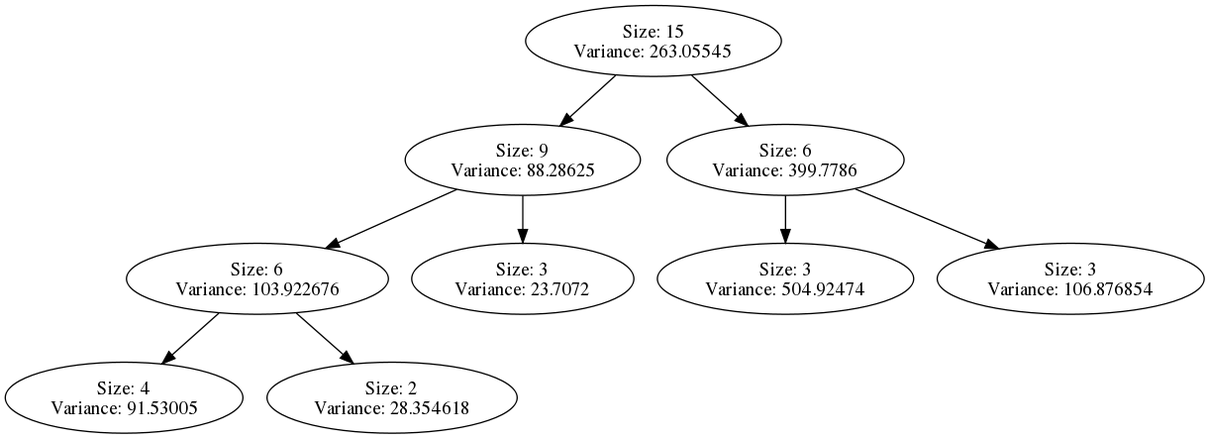
This is src/dot/KEMERER.dot.png from abutcher/compass, a Graphviz export, as it was before one commit. Its source is kept beside it as src/dot/KEMERER.dot.
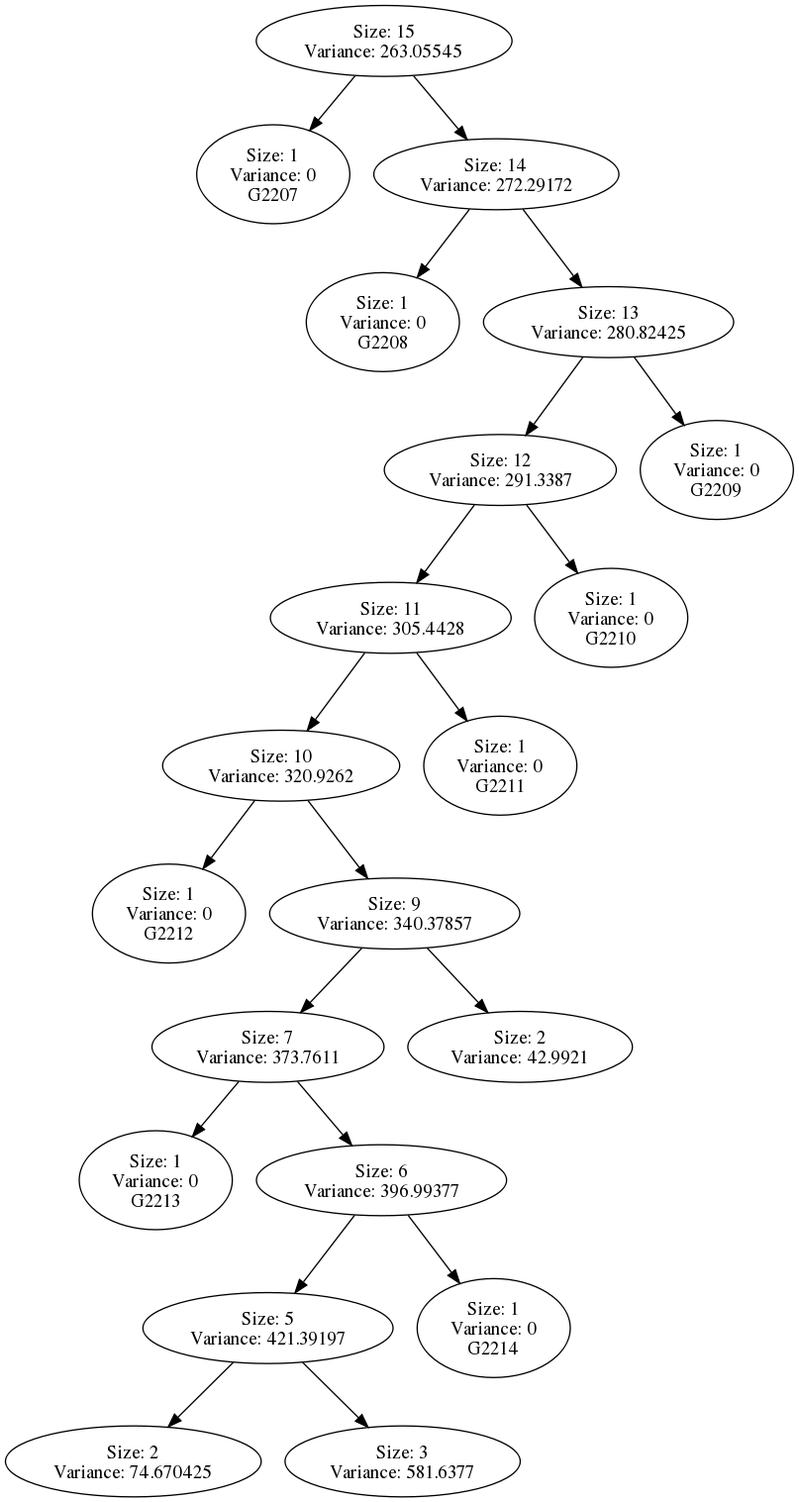
The same diagram one commit later.

Change to the diagram source:
```diff
@@ -1,10 +1,22 @@
 DIGRAPH G {
-"Size: 15\nVariance: 263.05545" -> "Size: 9\nVariance: 88.28625" L=0;
-"Size: 15\nVariance: 263.05545" -> "Size: 6\nVariance: 399.7786" L=0;
-"Size: 9\nVariance: 88.28625" -> "Size: 6\nVariance: 103.922676" L=1;
-"Size: 9\nVariance: 88.28625" -> "Size: 3\nVariance: 23.7072" L=1;
-"Size: 6\nVariance: 103.922676" -> "Size: 4\nVariance: 91.53005" L=2;
-"Size: 6\nVariance: 103.922676" -> "Size: 2\nVariance: 28.354618" L=2;
-"Size: 6\nVariance: 399.7786" -> "Size: 3\nVariance: 504.92474" L=1;
-"Size: 6\nVariance: 399.7786" -> "Size: 3\nVariance: 106.876854" L=1;
+"Size: 15\nVariance: 263.05545" -> "Size: 1\nVariance: 0\nG2207" L=0;
+"Size: 15\nVariance: 263.05545" -> "Size: 14\nVariance: 272.29172" L=0;
+"Size: 14\nVariance: 272.29172" -> "Size: 1\nVariance: 0\nG2208" L=1;
+"Size: 14\nVariance: 272.29172" -> "Size: 13\nVariance: 280.82425" L=1;
+"Size: 13\nVariance: 280.82425" -> "Size: 12\nVariance: 291.3387" L=2;
+"Size: 13\nVariance: 280.82425" -> "Size: 1\nVariance: 0\nG2209" L=2;
+"Size: 12\nVariance: 291.3387" -> "Size: 11\nVariance: 305.4428" L=3;
+"Size: 12\nVariance: 291.3387" -> "Size: 1\nVariance: 0\nG2210" L=3;
+"Size: 11\nVariance: 305.4428" -> "Size: 10\nVariance: 320.9262" L=4;
+"Size: 11\nVariance: 305.4428" -> "Size: 1\nVariance: 0\nG2211" L=4;
+"Size: 10\nVariance: 320.9262" -> "Size: 1\nVariance: 0\nG2212" L=5;
+"Size: 10\nVariance: 320.9262" -> "Size: 9\nVariance: 340.37857" L=5;
+"Size: 9\nVariance: 340.37857" -> "Size: 7\nVariance: 373.7611" L=6;
+"Size: 9\nVariance: 340.37857" -> "Size: 2\nVariance: 42.9921" L=6;
+"Size: 7\nVariance: 373.7611" -> "Size: 1\nVariance: 0\nG2213" L=7;
+"Size: 7\nVariance: 373.7611" -> "Size: 6\nVariance: 396.99377" L=7;
+"Size: 6\nVariance: 396.99377" -> "Size: 5\nVariance: 421.39197" L=8;
+"Size: 6\nVariance: 396.99377" -> "Size: 1\nVariance: 0\nG2214" L=8;
+"Size: 5\nVariance: 421.39197" -> "Size: 2\nVariance: 74.670425" L=9;
+"Size: 5\nVariance: 421.39197" -> "Size: 3\nVariance: 581.6377" L=9;
 }
```
